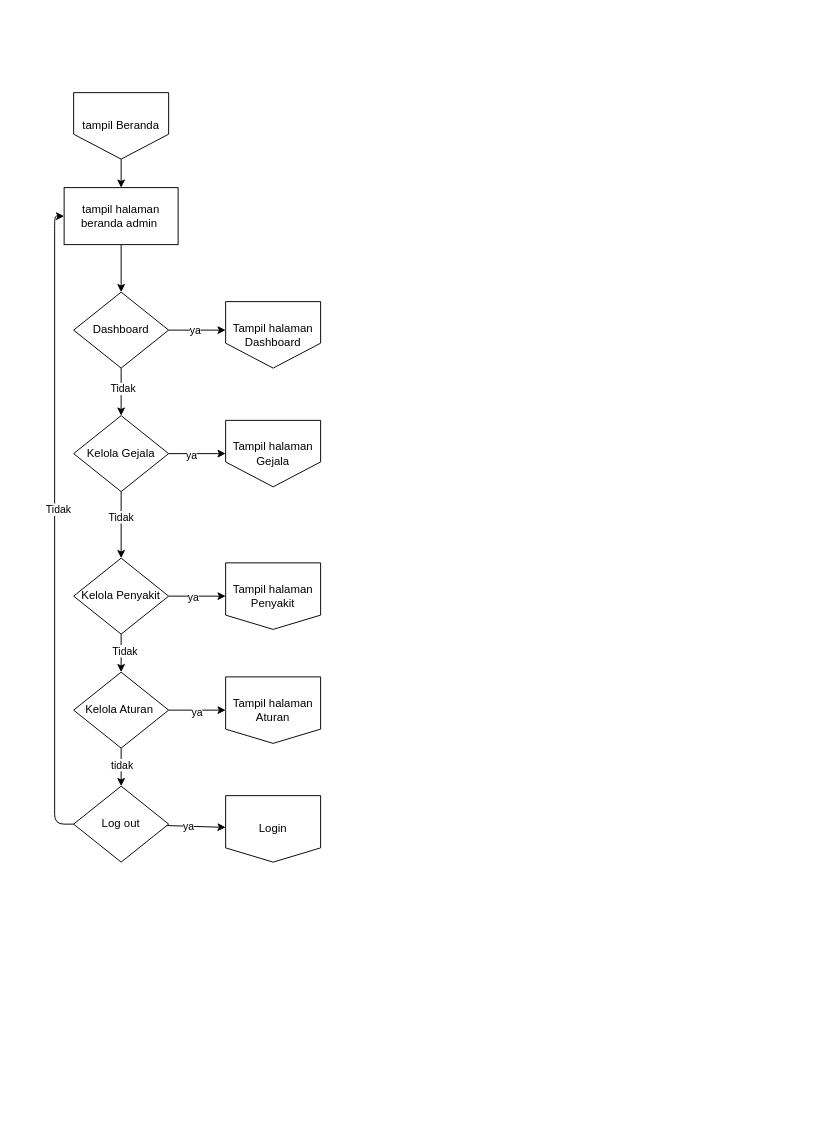
This is diagram/flowchart/beranda_admin.drawio from Jinsky/Jinsky, a draw.io file, before an edit. Source tidied: cells renumbered, new cells numbered last; positions are measured from the earlier drawing's top-left corner, leaving out a move shared by most shapes. Both pictures are drawn from the tidied source at 95%, with x=0, y=0 at pixel (16, 16).
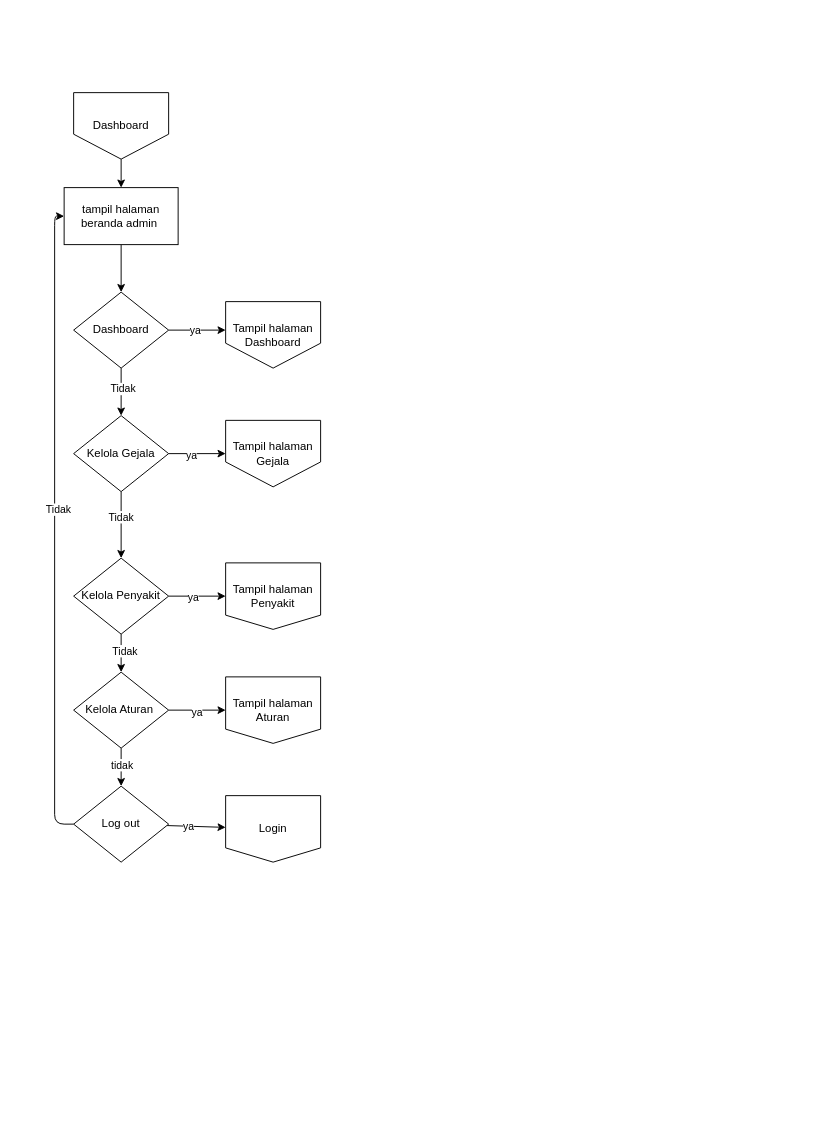
The same diagram, later.

The edit, as a diff of the source:
```diff
@@
-    <mxCell id="21" value="tampil Beranda" style="shape=offPageConnector;whiteSpace=wrap;html=1;" parent="1" vertex="1">
+    <mxCell id="21" value="Dashboard" style="shape=offPageConnector;whiteSpace=wrap;html=1;" parent="1" vertex="1">
       <mxGeometry x="60" y="80" width="100" height="70" as="geometry" />
     </mxCell>
```
